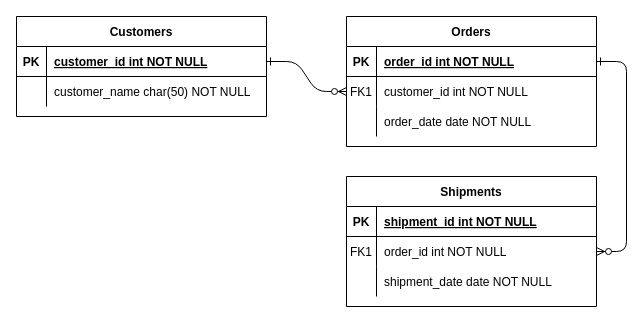
Above: Untitled Diagram.drawio in DannyTran3000/er_diagram (draw.io), before the change. Source tidied: cells renumbered, new cells numbered last; positions are measured from the earlier drawing's top-left corner, leaving out a move shared by most shapes. Both pictures are drawn from the tidied source at 100%, with x=0, y=0 at pixel (16, 16).
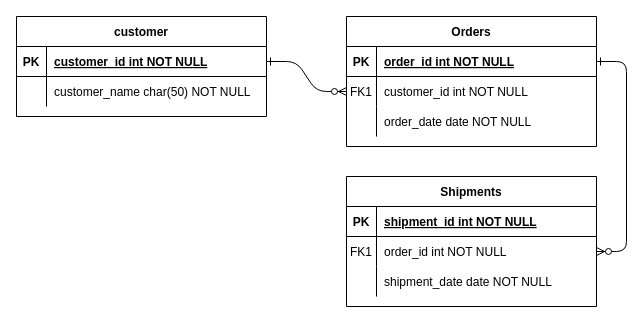
The same page after the edit.

Diff of the diagram source:
```diff
@@
-    <mxCell id="24" value="Customers" style="shape=table;startSize=30;childLayout=tableLayout;rowLines=0;fontStyle=1;align=center;" parent="1" vertex="1">
+    <mxCell id="24" value="customer" style="shape=table;startSize=30;childLayout=tableLayout;rowLines=0;fontStyle=1;align=center;" parent="1" vertex="1">
       <mxGeometry width="250" height="100" as="geometry" />
     </mxCell>
```
